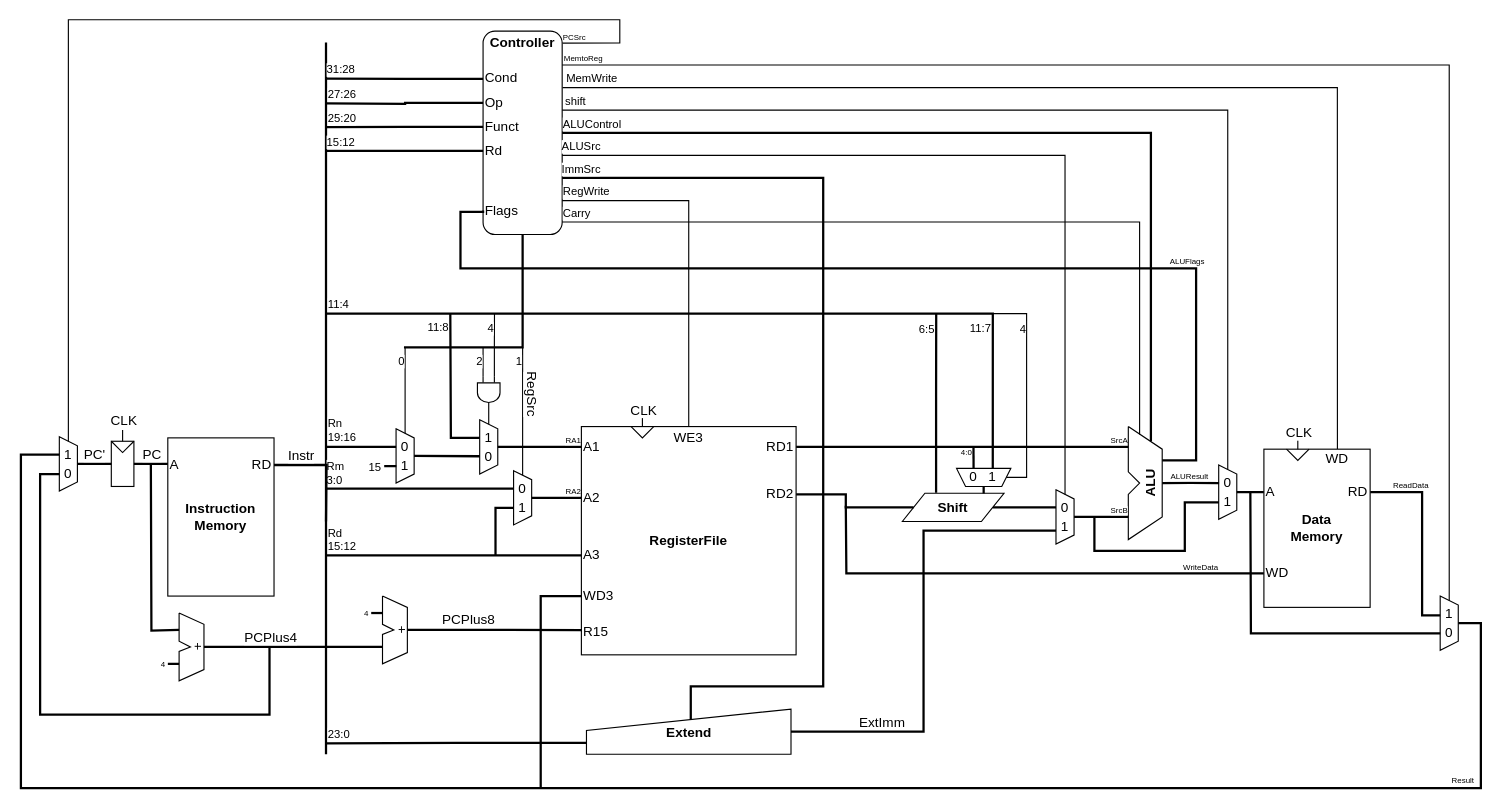
The draw.io diagram asset/arm_cpu_diagram.drawio in takah29/arm-cpu, before the edit. Source tidied: cells renumbered, new cells numbered last; positions are measured from the earlier drawing's top-left corner, leaving out a move shared by most shapes. Both pictures are drawn from the tidied source at 113%, with x=0, y=0 at pixel (20, 19).
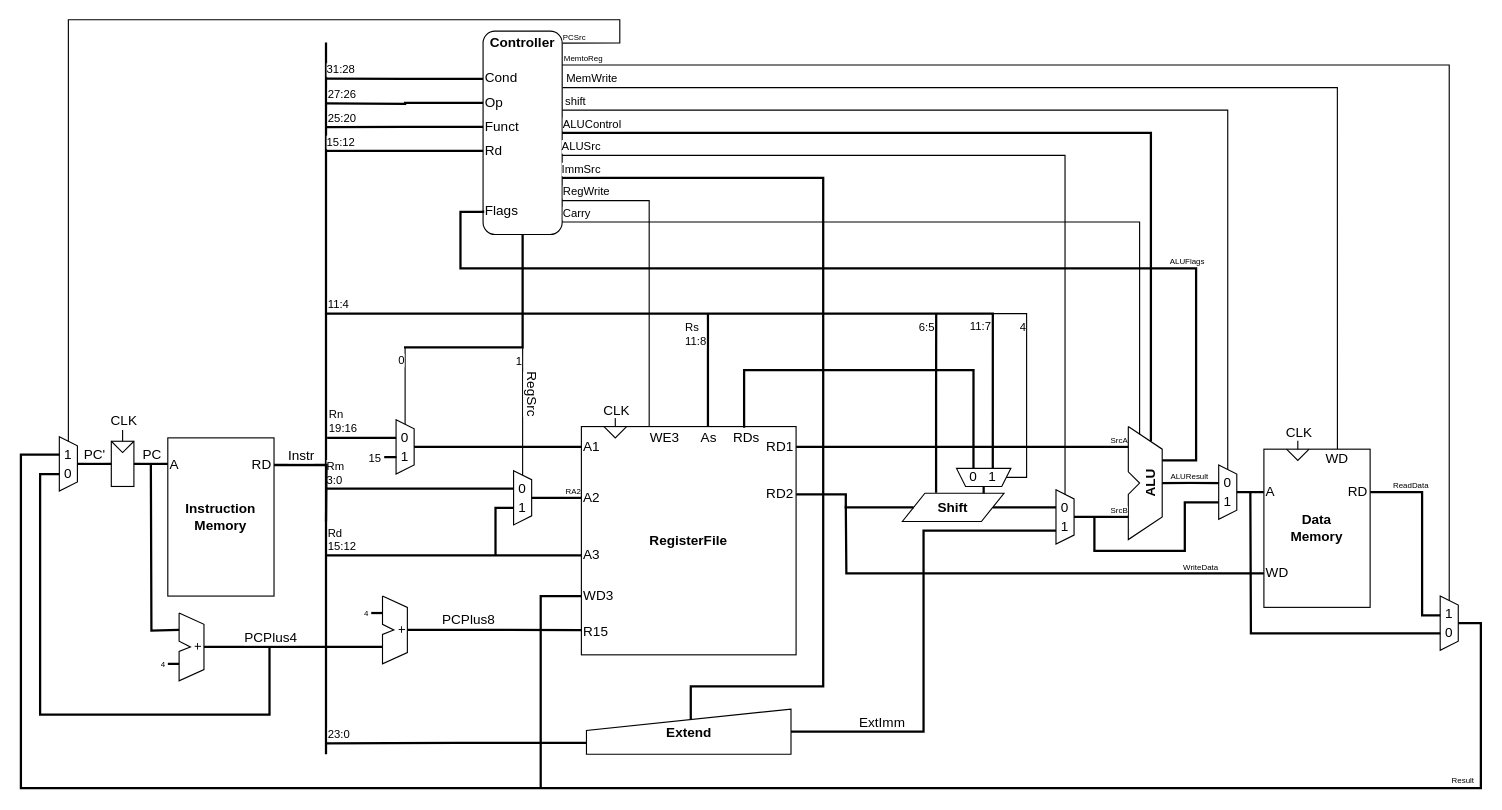
After the change.

Commit message:
シフト数レジスタ用回路を追加

The change refers to these unchanged cells:
```xml
<mxCell id="7" style="shape=trapezoid;perimeter=trapezoidPerimeter;whiteSpace=wrap;html=1;fixedSize=1;rotation=90;size=8;" parent="6" vertex="1">
  <mxGeometry x="-16" y="16" width="48" height="16" as="geometry" />
</mxCell>
<mxCell id="48" style="edgeStyle=orthogonalEdgeStyle;rounded=0;jettySize=auto;html=1;exitX=0.332;exitY=1.001;exitDx=0;exitDy=0;endArrow=none;endFill=0;strokeWidth=2;exitPerimeter=0;" parent="1" edge="1" source="168">
  <mxGeometry relative="1" as="geometry">
    <mxPoint x="270" y="260" as="targetPoint" />
    <Array as="points">
      <mxPoint x="860" y="260" />
    </Array>
  </mxGeometry>
</mxCell>
<mxCell id="51" style="edgeStyle=orthogonalEdgeStyle;rounded=0;orthogonalLoop=1;jettySize=auto;html=1;exitX=0.399;exitY=-0.018;exitDx=0;exitDy=0;endArrow=none;endFill=0;exitPerimeter=0;strokeWidth=2;" parent="1" edge="1">
  <mxGeometry relative="1" as="geometry">
    <mxPoint x="809.9" y="418.6" as="sourcePoint" />
    <mxPoint x="810" y="260" as="targetPoint" />
    <Array as="points">
      <mxPoint x="810" y="334" />
      <mxPoint x="810" y="334" />
    </Array>
  </mxGeometry>
</mxCell>
<mxCell id="110" style="group;" parent="1" vertex="1">
  <mxGeometry x="496" y="360" width="190" height="202" as="geometry" />
</mxCell>
<mxCell id="168" style="shape=trapezoid;perimeter=trapezoidPerimeter;whiteSpace=wrap;html=1;fixedSize=1;rotation=180;size=8;" parent="167" vertex="1">
  <mxGeometry x="-16" y="16" width="48" height="16" as="geometry" />
</mxCell>
<mxCell id="174" style="edgeStyle=orthogonalEdgeStyle;rounded=0;jettySize=auto;html=1;exitX=0;exitY=0.5;exitDx=0;exitDy=0;endArrow=none;endFill=0;strokeWidth=1;fontSize=12;" parent="1" edge="1" source="168">
  <mxGeometry relative="1" as="geometry">
    <mxPoint x="860" y="260" as="targetPoint" />
    <Array as="points">
      <mxPoint x="890" y="405" />
      <mxPoint x="890" y="260" />
    </Array>
  </mxGeometry>
</mxCell>
```

The edit, as a diff of the source:
```diff
@@
-    <mxCell id="2" style="group;" parent="1" vertex="1">
-      <mxGeometry x="406" y="354" width="16" height="48" as="geometry" />
-    </mxCell>
-    <mxCell id="3" style="shape=trapezoid;perimeter=trapezoidPerimeter;whiteSpace=wrap;html=1;fixedSize=1;rotation=90;size=8;" parent="2" vertex="1">
-      <mxGeometry x="-16" y="16" width="48" height="16" as="geometry" />
-    </mxCell>
-    <mxCell id="4" value="0" style="text;html=1;strokeColor=none;fillColor=none;align=center;verticalAlign=middle;whiteSpace=wrap;rounded=0;" parent="2" vertex="1">
-      <mxGeometry x="3" y="23" width="10" height="20" as="geometry" />
-    </mxCell>
-    <mxCell id="5" value="1" style="text;html=1;strokeColor=none;fillColor=none;align=center;verticalAlign=middle;whiteSpace=wrap;rounded=0;" parent="2" vertex="1">
-      <mxGeometry x="3" y="6" width="10" height="20" as="geometry" />
-    </mxCell>
     <mxCell id="6" style="group;" parent="1" vertex="1">
-      <mxGeometry x="332" y="362" width="16" height="48" as="geometry" />
+      <mxGeometry x="332" y="354" width="16" height="48" as="geometry" />
     </mxCell>
@@
-    <mxCell id="19" style="edgeStyle=none;rounded=0;jettySize=auto;html=1;exitX=0.5;exitY=0;exitDx=0;exitDy=0;entryX=0;entryY=0.5;entryDx=0;entryDy=0;endArrow=none;endFill=0;strokeWidth=2;" parent="1" edge="1" source="3" target="112">
-      <mxGeometry relative="1" as="geometry" />
-    </mxCell>
-    <mxCell id="20" value="RA1" style="edgeLabel;html=1;align=right;verticalAlign=bottom;fontSize=7;" parent="19" vertex="1">
-      <mxGeometry x="0.45" relative="1" as="geometry">
-        <mxPoint x="20.2" as="offset" />
-      </mxGeometry>
-    </mxCell>
-    <mxCell id="21" style="edgeStyle=none;rounded=0;jettySize=auto;html=1;exitX=0.5;exitY=0;exitDx=0;exitDy=0;entryX=0.672;entryY=0.987;entryDx=0;entryDy=0;endArrow=none;endFill=0;entryPerimeter=0;strokeWidth=2;" parent="1" edge="1" source="7" target="3">
-      <mxGeometry relative="1" as="geometry" />
+    <mxCell id="21" style="edgeStyle=orthogonalEdgeStyle;rounded=0;jettySize=auto;html=1;exitX=0.5;exitY=0;exitDx=0;exitDy=0;entryX=0;entryY=0.5;entryDx=0;entryDy=0;endArrow=none;endFill=0;strokeWidth=2;" parent="1" edge="1" source="7" target="112">
+      <mxGeometry relative="1" as="geometry">
+        <Array as="points">
+          <mxPoint x="348" y="378" />
+        </Array>
+      </mxGeometry>
     </mxCell>
@@
-    <mxCell id="23" style="edgeStyle=orthogonalEdgeStyle;rounded=0;jettySize=auto;html=1;exitX=0.332;exitY=0.997;exitDx=0;exitDy=0;endArrow=none;endFill=0;exitPerimeter=0;strokeWidth=2;" parent="1" edge="1" source="3">
-      <mxGeometry relative="1" as="geometry">
-        <mxPoint x="380" y="260" as="targetPoint" />
-      </mxGeometry>
-    </mxCell>
-    <mxCell id="24" value="11:8" style="edgeLabel;html=1;align=right;verticalAlign=top;fontSize=10;" parent="23" vertex="1">
-      <mxGeometry x="0.75" y="1" relative="1" as="geometry">
-        <mxPoint y="-16.9" as="offset" />
-      </mxGeometry>
-    </mxCell>
@@
     <mxCell id="42" style="edgeStyle=orthogonalEdgeStyle;rounded=0;jettySize=auto;html=1;endArrow=none;endFill=0;exitX=0.334;exitY=0.998;exitDx=0;exitDy=0;exitPerimeter=0;strokeWidth=2;" parent="1" edge="1" source="7">
       <mxGeometry relative="1" as="geometry">
-        <mxPoint x="270" y="378" as="targetPoint" />
+        <mxPoint x="271" y="370" as="targetPoint" />
       </mxGeometry>
     </mxCell>
@@
     <mxCell id="44" style="edgeStyle=orthogonalEdgeStyle;rounded=0;jettySize=auto;html=1;endArrow=none;endFill=0;exitX=0.689;exitY=0.983;exitDx=0;exitDy=0;exitPerimeter=0;strokeWidth=2;" parent="1" edge="1" source="7">
       <mxGeometry relative="1" as="geometry">
-        <mxPoint x="316" y="395" as="targetPoint" />
+        <mxPoint x="316" y="387" as="targetPoint" />
       </mxGeometry>
     </mxCell>
@@
-    <mxCell id="50" value="&lt;font style=&quot;font-size: 10px&quot;&gt;11:7&lt;/font&gt;" style="edgeLabel;html=1;align=right;verticalAlign=top;fontSize=12;" parent="48" vertex="1">
+    <mxCell id="50" value="&lt;font style=&quot;font-size: 10px;&quot;&gt;11:7&lt;/font&gt;" style="edgeLabel;html=1;align=right;verticalAlign=top;fontSize=10;" parent="48" vertex="1">
       <mxGeometry x="-0.69" y="1" relative="1" as="geometry">
         <mxPoint y="-25" as="offset" />
       </mxGeometry>
     </mxCell>
@@
-    <mxCell id="52" value="&lt;font style=&quot;font-size: 10px&quot;&gt;6:5&lt;/font&gt;" style="edgeLabel;html=1;align=right;verticalAlign=top;fontSize=12;" parent="51" vertex="1">
+    <mxCell id="52" value="&lt;font style=&quot;font-size: 10px;&quot;&gt;6:5&lt;/font&gt;" style="edgeLabel;html=1;align=right;verticalAlign=top;fontSize=10;" parent="51" vertex="1">
       <mxGeometry x="0.79" y="1" relative="1" as="geometry">
         <mxPoint y="-16.7" as="offset" />
       </mxGeometry>
     </mxCell>
@@
     <mxCell id="58" style="edgeStyle=orthogonalEdgeStyle;rounded=0;jettySize=auto;html=1;exitX=0.5;exitY=0;exitDx=0;exitDy=0;endArrow=none;endFill=0;strokeWidth=1;fontSize=10;" parent="1" edge="1" source="119">
       <mxGeometry relative="1" as="geometry">
         <mxPoint x="479" y="160" as="targetPoint" />
         <Array as="points">
-          <mxPoint x="591" y="160" />
+          <mxPoint x="556" y="160" />
         </Array>
       </mxGeometry>
     </mxCell>
@@
-    <mxCell id="104" style="edgeStyle=orthogonalEdgeStyle;rounded=0;jettySize=auto;html=1;exitX=0;exitY=0.75;exitDx=0;exitDy=0;exitPerimeter=0;endArrow=none;endFill=0;strokeWidth=1;fontSize=10;" parent="1" edge="1" source="108">
-      <mxGeometry relative="1" as="geometry">
-        <mxPoint x="409" y="290" as="targetPoint" />
-      </mxGeometry>
-    </mxCell>
-    <mxCell id="105" value="2" style="edgeLabel;html=1;align=right;verticalAlign=top;fontSize=10;" parent="104" vertex="1">
-      <mxGeometry x="0.14" relative="1" as="geometry">
-        <mxPoint y="-10.9" as="offset" />
-      </mxGeometry>
-    </mxCell>
-    <mxCell id="106" style="edgeStyle=orthogonalEdgeStyle;rounded=0;jettySize=auto;html=1;exitX=0;exitY=0.25;exitDx=0;exitDy=0;exitPerimeter=0;endArrow=none;endFill=0;strokeWidth=1;fontSize=10;" parent="1" edge="1" source="108">
-      <mxGeometry relative="1" as="geometry">
-        <mxPoint x="419.1" y="260" as="targetPoint" />
-      </mxGeometry>
-    </mxCell>
-    <mxCell id="107" value="4" style="edgeLabel;html=1;align=right;verticalAlign=top;fontSize=10;" parent="106" vertex="1">
-      <mxGeometry x="0.76" relative="1" as="geometry">
-        <mxPoint x="-0.1" y="-6.6" as="offset" />
-      </mxGeometry>
-    </mxCell>
-    <mxCell id="108" style="verticalLabelPosition=bottom;shadow=0;dashed=0;align=center;html=1;verticalAlign=top;shape=mxgraph.electrical.logic_gates.logic_gate;operation=and;rounded=0;strokeWidth=1;fontSize=10;rotation=90;" parent="1" vertex="1">
-      <mxGeometry x="399.5" y="320" width="29" height="20" as="geometry" />
-    </mxCell>
-    <mxCell id="109" style="edgeStyle=orthogonalEdgeStyle;rounded=0;jettySize=auto;html=1;exitX=0;exitY=0.5;exitDx=0;exitDy=0;entryX=1;entryY=0.5;entryDx=0;entryDy=0;entryPerimeter=0;endArrow=none;endFill=0;strokeWidth=1;fontSize=10;" parent="1" edge="1" source="3" target="108">
-      <mxGeometry relative="1" as="geometry" />
-    </mxCell>
@@
     <mxCell id="112" value="A1" style="text;html=1;strokeColor=none;fillColor=none;align=left;verticalAlign=middle;whiteSpace=wrap;rounded=0;" parent="110" vertex="1">
-      <mxGeometry y="8" width="40" height="20" as="geometry" />
+      <mxGeometry y="8" width="20" height="20" as="geometry" />
     </mxCell>
     <mxCell id="113" value="A2" style="text;html=1;strokeColor=none;fillColor=none;align=left;verticalAlign=middle;whiteSpace=wrap;rounded=0;" parent="110" vertex="1">
-      <mxGeometry y="53" width="40" height="20" as="geometry" />
+      <mxGeometry y="53" width="20" height="20" as="geometry" />
     </mxCell>
     <mxCell id="114" value="A3" style="text;html=1;strokeColor=none;fillColor=none;align=left;verticalAlign=middle;whiteSpace=wrap;rounded=0;" parent="110" vertex="1">
-      <mxGeometry y="104" width="40" height="20" as="geometry" />
+      <mxGeometry y="104" width="20" height="20" as="geometry" />
     </mxCell>
     <mxCell id="115" value="WD3" style="text;html=1;strokeColor=none;fillColor=none;align=left;verticalAlign=middle;whiteSpace=wrap;rounded=0;" parent="110" vertex="1">
-      <mxGeometry y="140" width="40" height="20" as="geometry" />
+      <mxGeometry y="140" width="30" height="20" as="geometry" />
     </mxCell>
@@
     <mxCell id="117" value="RD1" style="text;html=1;strokeColor=none;fillColor=none;align=right;verticalAlign=middle;whiteSpace=wrap;rounded=0;" parent="110" vertex="1">
-      <mxGeometry x="150" y="8" width="40" height="20" as="geometry" />
+      <mxGeometry x="160" y="8" width="30" height="20" as="geometry" />
     </mxCell>
     <mxCell id="118" value="RD2" style="text;html=1;strokeColor=none;fillColor=none;align=right;verticalAlign=middle;whiteSpace=wrap;rounded=0;" parent="110" vertex="1">
-      <mxGeometry x="150" y="50" width="40" height="20" as="geometry" />
+      <mxGeometry x="160" y="50" width="30" height="20" as="geometry" />
     </mxCell>
     <mxCell id="119" value="WE3" style="text;html=1;strokeColor=none;fillColor=none;align=center;verticalAlign=middle;whiteSpace=wrap;rounded=0;" parent="110" vertex="1">
-      <mxGeometry x="75" width="40" height="20" as="geometry" />
+      <mxGeometry x="54" width="40" height="20" as="geometry" />
     </mxCell>
+    <mxCell id="191" value="As" style="text;html=1;strokeColor=none;fillColor=none;align=left;verticalAlign=middle;whiteSpace=wrap;rounded=0;" parent="110" vertex="1">
+      <mxGeometry x="104" width="16" height="20" as="geometry" />
+    </mxCell>
+    <mxCell id="192" value="RDs" style="text;html=1;strokeColor=none;fillColor=none;align=right;verticalAlign=middle;whiteSpace=wrap;rounded=0;" parent="110" vertex="1">
+      <mxGeometry x="130" width="30" height="20" as="geometry" />
+    </mxCell>
+    <mxCell id="132" style="group;" parent="110" vertex="1">
+      <mxGeometry x="30" y="-10" height="20" as="geometry" />
+    </mxCell>
+    <mxCell id="133" style="edgeStyle=orthogonalEdgeStyle;rounded=0;orthogonalLoop=1;jettySize=auto;html=1;exitX=0.5;exitY=0;exitDx=0;exitDy=0;endArrow=none;endFill=0;strokeWidth=1;fontSize=12;" parent="132" edge="1">
+      <mxGeometry relative="1" as="geometry">
+        <mxPoint y="10" as="sourcePoint" />
+        <mxPoint as="targetPoint" />
+      </mxGeometry>
+    </mxCell>
+    <mxCell id="134" value="CLK" style="edgeLabel;html=1;align=center;verticalAlign=bottom;fontSize=12;" parent="133" vertex="1">
+      <mxGeometry x="0.18" relative="1" as="geometry" />
+    </mxCell>
+    <mxCell id="135" style="endArrow=none;html=1;strokeWidth=1;fontSize=12;rounded=0;" parent="132" edge="1">
+      <mxGeometry x="-70" y="50" as="geometry">
+        <mxPoint x="-10" y="10" as="sourcePoint" />
+        <mxPoint x="10" y="10" as="targetPoint" />
+        <Array as="points">
+          <mxPoint y="20" />
+        </Array>
+      </mxGeometry>
+    </mxCell>
@@
-    <mxCell id="132" style="group;" parent="1" vertex="1">
-      <mxGeometry x="550" y="350" height="20" as="geometry" />
-    </mxCell>
-    <mxCell id="133" style="edgeStyle=orthogonalEdgeStyle;rounded=0;orthogonalLoop=1;jettySize=auto;html=1;exitX=0.5;exitY=0;exitDx=0;exitDy=0;endArrow=none;endFill=0;strokeWidth=1;fontSize=12;" parent="132" edge="1">
-      <mxGeometry relative="1" as="geometry">
-        <mxPoint y="10" as="sourcePoint" />
-        <mxPoint as="targetPoint" />
-      </mxGeometry>
-    </mxCell>
-    <mxCell id="134" value="CLK" style="edgeLabel;html=1;align=center;verticalAlign=bottom;fontSize=12;" parent="133" vertex="1">
-      <mxGeometry x="0.18" relative="1" as="geometry" />
-    </mxCell>
-    <mxCell id="135" style="endArrow=none;html=1;strokeWidth=1;fontSize=12;rounded=0;" parent="132" edge="1">
-      <mxGeometry x="-70" y="50" as="geometry">
-        <mxPoint x="-10" y="10" as="sourcePoint" />
-        <mxPoint x="10" y="10" as="targetPoint" />
-        <Array as="points">
-          <mxPoint y="20" />
-        </Array>
-      </mxGeometry>
-    </mxCell>
@@
-    <mxCell id="172" style="edgeStyle=orthogonalEdgeStyle;rounded=0;jettySize=auto;html=1;endArrow=none;endFill=0;strokeWidth=2;fontSize=12;exitX=0.686;exitY=0.985;exitDx=0;exitDy=0;exitPerimeter=0;" parent="1" edge="1" source="168">
-      <mxGeometry relative="1" as="geometry">
-        <mxPoint x="843" y="378" as="targetPoint" />
-      </mxGeometry>
-    </mxCell>
-    <mxCell id="173" value="4:0" style="edgeLabel;html=1;align=right;verticalAlign=top;fontSize=7;" parent="172" vertex="1">
-      <mxGeometry x="0.39" relative="1" as="geometry">
-        <mxPoint x="-1" y="-10.8" as="offset" />
-      </mxGeometry>
-    </mxCell>
@@
-    <mxCell id="175" value="&lt;font style=&quot;font-size: 10px&quot;&gt;4&lt;/font&gt;" style="edgeLabel;html=1;align=right;verticalAlign=top;fontSize=12;" parent="174" vertex="1">
+    <mxCell id="175" value="&lt;font style=&quot;font-size: 10px;&quot;&gt;4&lt;/font&gt;" style="edgeLabel;html=1;align=right;verticalAlign=top;fontSize=10;" parent="174" vertex="1">
       <mxGeometry x="0.52" relative="1" as="geometry">
         <mxPoint y="-16.3" as="offset" />
       </mxGeometry>
     </mxCell>
@@
+    <mxCell id="193" style="edgeStyle=orthogonalEdgeStyle;rounded=0;jettySize=auto;html=1;exitX=0.5;exitY=0;exitDx=0;exitDy=0;endArrow=none;endFill=0;strokeWidth=2;" parent="1" edge="1" source="191">
+      <mxGeometry relative="1" as="geometry">
+        <mxPoint x="608" y="260" as="targetPoint" />
+        <Array as="points">
+          <mxPoint x="608" y="260" />
+        </Array>
+      </mxGeometry>
+    </mxCell>
+    <mxCell id="194" value="&lt;div style=&quot;text-align: left&quot;&gt;Rs&lt;/div&gt;&lt;div&gt;11:8&lt;/div&gt;" style="edgeLabel;html=1;align=right;verticalAlign=top;fontSize=10;" parent="193" vertex="1">
+      <mxGeometry x="0.8" relative="1" as="geometry">
+        <mxPoint x="-1" y="-9.8" as="offset" />
+      </mxGeometry>
+    </mxCell>
+    <mxCell id="195" style="edgeStyle=orthogonalEdgeStyle;rounded=0;jettySize=auto;html=1;exitX=0.5;exitY=0;exitDx=0;exitDy=0;endArrow=none;endFill=0;strokeWidth=2;fontSize=10;entryX=0.688;entryY=0.995;entryDx=0;entryDy=0;entryPerimeter=0;" parent="1" edge="1" source="192" target="168">
+      <mxGeometry relative="1" as="geometry">
+        <Array as="points">
+          <mxPoint x="640" y="360" />
+          <mxPoint x="640" y="310" />
+          <mxPoint x="843" y="310" />
+        </Array>
+      </mxGeometry>
+    </mxCell>
```
